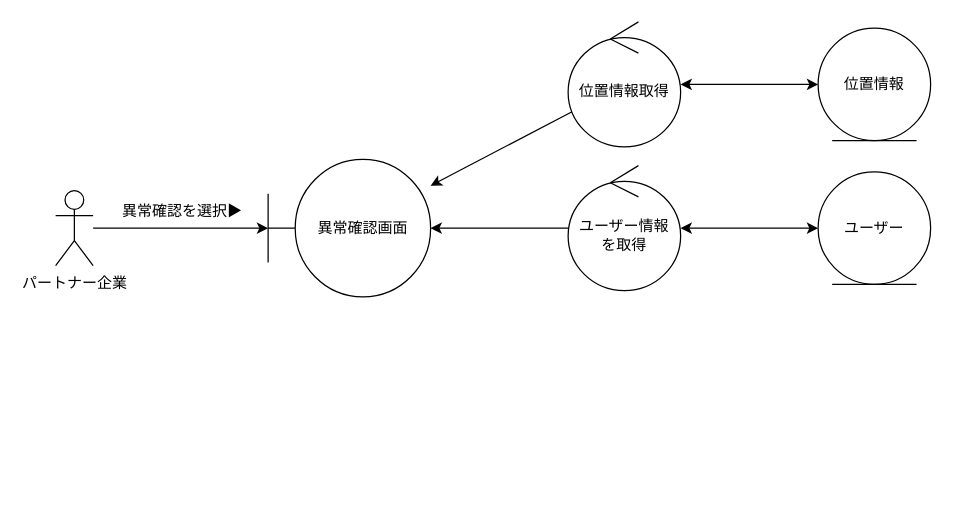
Earlier version of the draw.io diagram page "ユーザー異常確認 改訂" (10 of 11) of out/ロバストネス図/パートナー企業-ロバストネス図.drawio (ksw2270227/GroupF). Source tidied: cells renumbered, new cells numbered last; positions are measured from the earlier drawing's top-left corner, leaving out a move shared by most shapes. Both pictures are drawn from the tidied source at 125%, with x=0, y=0 at pixel (55, 21).
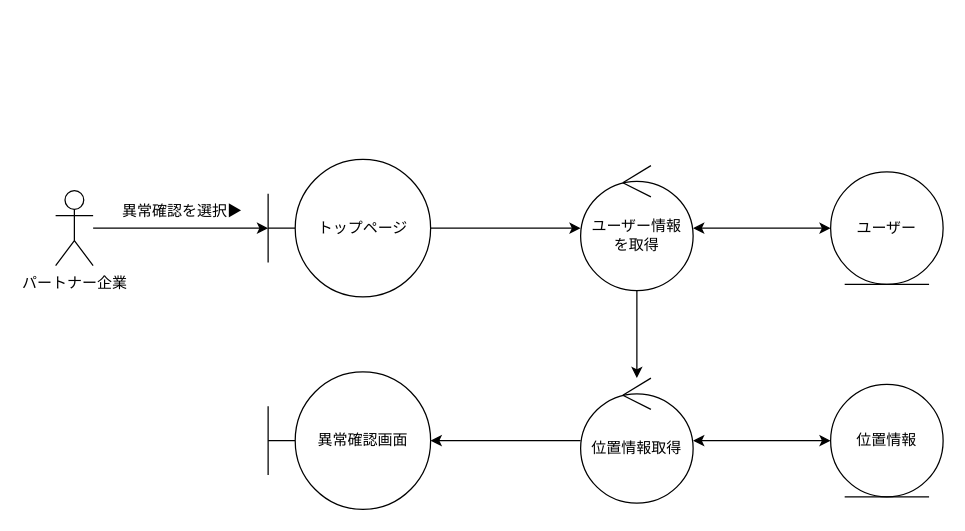
Above is the later version.

Change to the diagram source:
```diff
@@
 <mxGraphModel>
   <root>
     <mxCell id="0" />
     <mxCell id="1" parent="0" />
     <mxCell id="2" style="edgeStyle=none;html=1;" parent="1" edge="1" source="3" target="4">
       <mxGeometry relative="1" as="geometry" />
     </mxCell>
     <mxCell id="3" value="パートナー企業" style="shape=umlActor;verticalLabelPosition=bottom;verticalAlign=top;html=1;" parent="1" vertex="1">
       <mxGeometry y="135" width="30" height="60" as="geometry" />
     </mxCell>
+    <mxCell id="14" style="edgeStyle=none;html=1;startArrow=none;startFill=0;endArrow=classic;endFill=1;" parent="1" edge="1" source="4" target="7">
+      <mxGeometry relative="1" as="geometry" />
+    </mxCell>
-    <mxCell id="4" value="異常確認画面" style="shape=umlBoundary;whiteSpace=wrap;html=1;" parent="1" vertex="1">
+    <mxCell id="4" value="トップページ" style="shape=umlBoundary;whiteSpace=wrap;html=1;" parent="1" vertex="1">
       <mxGeometry x="170" y="110" width="130" height="110" as="geometry" />
     </mxCell>
     <mxCell id="5" style="edgeStyle=none;html=1;startArrow=classic;startFill=1;" parent="1" edge="1" source="7" target="13">
       <mxGeometry relative="1" as="geometry" />
     </mxCell>
-    <mxCell id="6" style="edgeStyle=none;html=1;startArrow=none;startFill=0;" parent="1" edge="1" source="7" target="4">
-      <mxGeometry relative="1" as="geometry" />
-    </mxCell>
+    <mxCell id="15" style="edgeStyle=none;html=1;startArrow=none;startFill=0;endArrow=classic;endFill=1;" parent="1" edge="1" source="7" target="12">
+      <mxGeometry relative="1" as="geometry" />
+    </mxCell>
     <mxCell id="7" value="ユーザー情報&lt;br&gt;を取得" style="ellipse;shape=umlControl;whiteSpace=wrap;html=1;" parent="1" vertex="1">
-      <mxGeometry x="410" y="115" width="90" height="100" as="geometry" />
+      <mxGeometry x="420" y="115" width="90" height="100" as="geometry" />
     </mxCell>
     <mxCell id="8" value="異常確認を選択▶" style="text;html=1;align=center;verticalAlign=middle;strokeColor=none;fillColor=none;" parent="1" vertex="1">
       <mxGeometry x="41" y="137" width="120" height="30" as="geometry" />
     </mxCell>
     <mxCell id="9" style="edgeStyle=none;html=1;startArrow=classic;startFill=1;" parent="1" edge="1" source="12" target="10">
       <mxGeometry relative="1" as="geometry" />
     </mxCell>
     <mxCell id="10" value="位置情報" style="ellipse;shape=umlEntity;whiteSpace=wrap;html=1;" parent="1" vertex="1">
-      <mxGeometry x="610" y="5" width="90" height="90" as="geometry" />
+      <mxGeometry x="620" y="290" width="90" height="90" as="geometry" />
     </mxCell>
-    <mxCell id="11" style="edgeStyle=none;html=1;startArrow=none;startFill=0;endArrow=classic;endFill=1;" parent="1" edge="1" source="12" target="4">
-      <mxGeometry relative="1" as="geometry" />
-    </mxCell>
     <mxCell id="12" value="位置情報取得" style="ellipse;shape=umlControl;whiteSpace=wrap;html=1;" parent="1" vertex="1">
-      <mxGeometry x="410" width="90" height="100" as="geometry" />
+      <mxGeometry x="420" y="285" width="90" height="100" as="geometry" />
     </mxCell>
     <mxCell id="13" value="ユーザー" style="ellipse;shape=umlEntity;whiteSpace=wrap;html=1;" parent="1" vertex="1">
-      <mxGeometry x="610" y="120" width="90" height="90" as="geometry" />
+      <mxGeometry x="620" y="120" width="90" height="90" as="geometry" />
     </mxCell>
+    <mxCell id="16" value="異常確認画面" style="shape=umlBoundary;whiteSpace=wrap;html=1;" parent="1" vertex="1">
+      <mxGeometry x="170" y="280" width="130" height="110" as="geometry" />
+    </mxCell>
+    <mxCell id="17" style="edgeStyle=none;html=1;startArrow=none;startFill=0;endArrow=classic;endFill=1;" parent="1" edge="1" source="12" target="16">
+      <mxGeometry relative="1" as="geometry" />
+    </mxCell>
   </root>
 </mxGraphModel>
```
